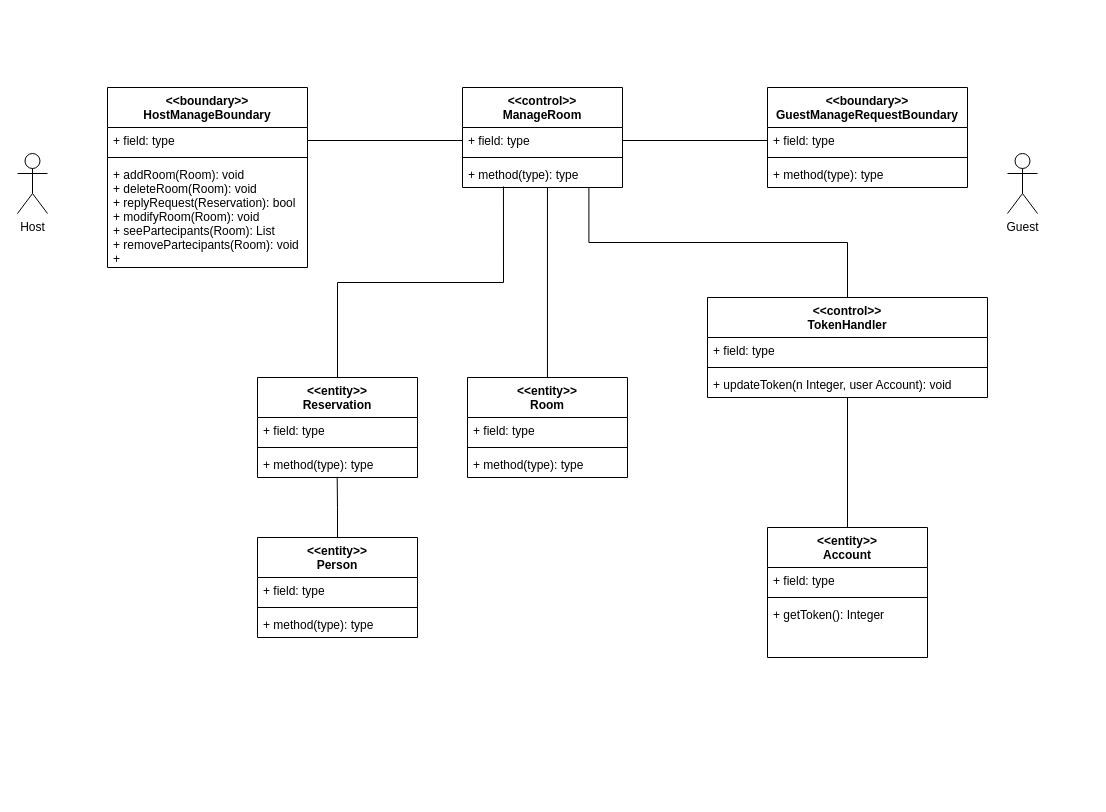
Earlier version of the draw.io diagram Docs/VoPC/VoPC ManageRoom.drawio (nic-agos/DoveStudi). Source tidied: cells renumbered, new cells numbered last; positions are measured from the earlier drawing's top-left corner, leaving out a move shared by most shapes. Both pictures are drawn from the tidied source at 100%, with x=0, y=0 at pixel (17, 87).
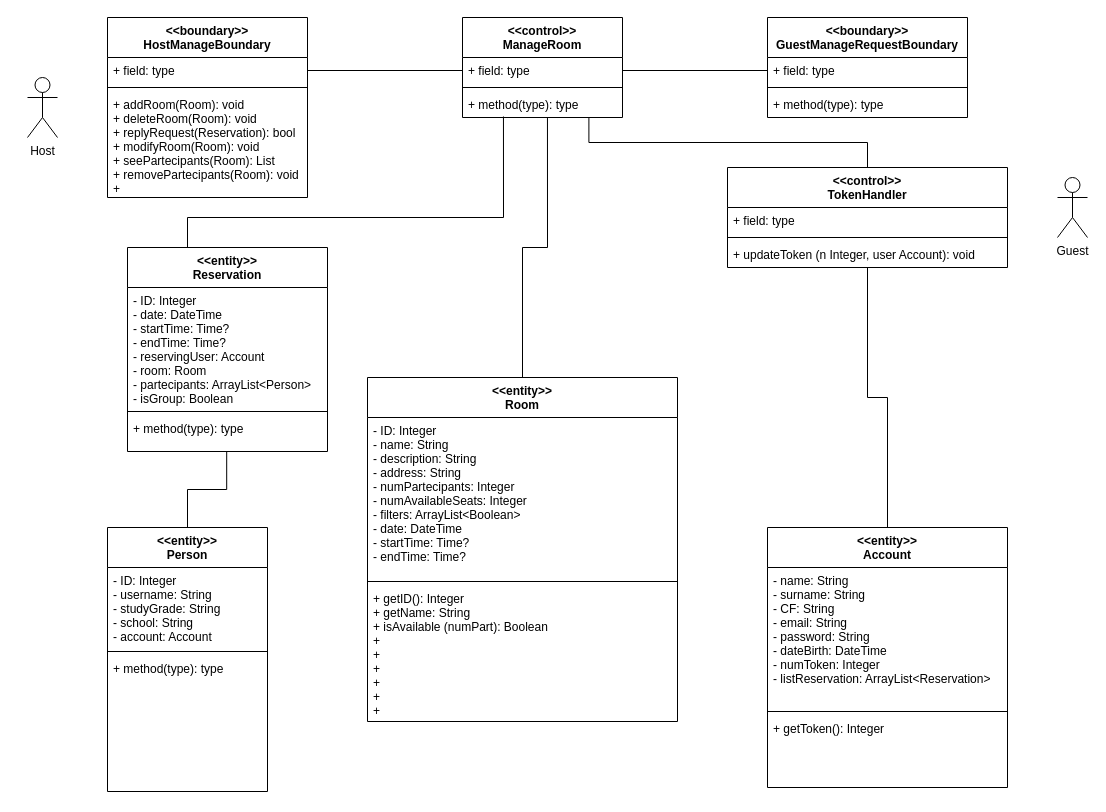
After the change.

The change refers to these unchanged cells:
```xml
<mxCell id="5" value="+ method(type): type" style="text;strokeColor=none;fillColor=none;align=left;verticalAlign=top;spacingLeft=4;spacingRight=4;overflow=hidden;points=[[0,0.5],[1,0.5]];portConstraint=eastwest;" parent="2" vertex="1">
  <mxGeometry y="74" width="160" height="26" as="geometry" />
</mxCell>
```

What changed in the source:
```diff
@@
     <mxCell id="2" value="&lt;&lt;control&gt;&gt;&#10;ManageRoom" style="swimlane;fontStyle=1;align=center;verticalAlign=top;horizontal=1;startSize=40;" parent="1" vertex="1">
-      <mxGeometry x="445" width="160" height="100" as="geometry" />
+      <mxGeometry x="445" y="-70" width="160" height="100" as="geometry" />
     </mxCell>
@@
     <mxCell id="6" value="&lt;&lt;boundary&gt;&gt;&#10;HostManageBoundary" style="swimlane;fontStyle=1;align=center;verticalAlign=top;horizontal=1;startSize=40;" parent="1" vertex="1">
-      <mxGeometry x="90" width="200" height="180" as="geometry" />
+      <mxGeometry x="90" y="-70" width="200" height="180" as="geometry" />
     </mxCell>
@@
     <mxCell id="10" value="Host" style="shape=umlActor;verticalLabelPosition=bottom;verticalAlign=top;html=1;" parent="1" vertex="1">
-      <mxGeometry y="66" width="30" height="60" as="geometry" />
+      <mxGeometry x="10" y="-10" width="30" height="60" as="geometry" />
     </mxCell>
-    <mxCell id="11" style="edgeStyle=orthogonalEdgeStyle;rounded=0;jettySize=auto;html=1;entryX=0.498;entryY=0.976;entryDx=0;entryDy=0;entryPerimeter=0;endArrow=none;endFill=0;" parent="1" edge="1" source="12" target="20">
+    <mxCell id="11" style="edgeStyle=orthogonalEdgeStyle;rounded=0;jettySize=auto;html=1;exitX=0.5;exitY=0;exitDx=0;exitDy=0;entryX=0.496;entryY=1;entryDx=0;entryDy=0;entryPerimeter=0;endArrow=none;endFill=0;" parent="1" edge="1" source="12" target="20">
       <mxGeometry relative="1" as="geometry" />
     </mxCell>
     <mxCell id="12" value="&lt;&lt;entity&gt;&gt;&#10;Person" style="swimlane;fontStyle=1;align=center;verticalAlign=top;horizontal=1;startSize=40;" parent="1" vertex="1">
-      <mxGeometry x="240" y="450" width="160" height="100" as="geometry" />
+      <mxGeometry x="90" y="440" width="160" height="264" as="geometry" />
     </mxCell>
-    <mxCell id="13" value="+ field: type" style="text;strokeColor=none;fillColor=none;align=left;verticalAlign=top;spacingLeft=4;spacingRight=4;overflow=hidden;" parent="12" vertex="1">
-      <mxGeometry y="40" width="160" height="26" as="geometry" />
+    <mxCell id="13" value="- ID: Integer&#10;- username: String&#10;- studyGrade: String&#10;- school: String&#10;- account: Account" style="text;strokeColor=none;fillColor=none;align=left;verticalAlign=top;spacingLeft=4;spacingRight=4;overflow=hidden;" parent="12" vertex="1">
+      <mxGeometry y="40" width="160" height="80" as="geometry" />
     </mxCell>
     <mxCell id="14" style="line;strokeWidth=1;fillColor=none;align=left;verticalAlign=middle;spacingTop=-1;spacingLeft=3;spacingRight=3;labelPosition=right;" parent="12" vertex="1">
-      <mxGeometry y="66" width="160" height="8" as="geometry" />
+      <mxGeometry y="120" width="160" height="8" as="geometry" />
     </mxCell>
     <mxCell id="15" value="+ method(type): type" style="text;strokeColor=none;fillColor=none;align=left;verticalAlign=top;spacingLeft=4;spacingRight=4;overflow=hidden;" parent="12" vertex="1">
-      <mxGeometry y="74" width="160" height="26" as="geometry" />
+      <mxGeometry y="128" width="160" height="136" as="geometry" />
     </mxCell>
     <mxCell id="16" style="edgeStyle=orthogonalEdgeStyle;rounded=0;jettySize=auto;html=1;entryX=0.256;entryY=0.962;entryDx=0;entryDy=0;entryPerimeter=0;endArrow=none;endFill=0;" parent="1" edge="1" source="17" target="5">
-      <mxGeometry relative="1" as="geometry" />
+      <mxGeometry relative="1" as="geometry">
+        <Array as="points">
+          <mxPoint x="170" y="130" />
+          <mxPoint x="486" y="130" />
+        </Array>
+      </mxGeometry>
     </mxCell>
     <mxCell id="17" value="&lt;&lt;entity&gt;&gt;&#10;Reservation" style="swimlane;fontStyle=1;align=center;verticalAlign=top;horizontal=1;startSize=40;" parent="1" vertex="1">
-      <mxGeometry x="240" y="290" width="160" height="100" as="geometry" />
+      <mxGeometry x="110" y="160" width="200" height="204" as="geometry" />
     </mxCell>
-    <mxCell id="18" value="+ field: type" style="text;strokeColor=none;fillColor=none;align=left;verticalAlign=top;spacingLeft=4;spacingRight=4;overflow=hidden;" parent="17" vertex="1">
-      <mxGeometry y="40" width="160" height="26" as="geometry" />
+    <mxCell id="18" value="- ID: Integer&#10;- date: DateTime&#10;- startTime: Time?&#10;- endTime: Time?&#10;- reservingUser: Account&#10;- room: Room&#10;- partecipants: ArrayList&lt;Person&gt;&#10;- isGroup: Boolean" style="text;strokeColor=none;fillColor=none;align=left;verticalAlign=top;spacingLeft=4;spacingRight=4;overflow=hidden;" parent="17" vertex="1">
+      <mxGeometry y="40" width="200" height="120" as="geometry" />
     </mxCell>
     <mxCell id="19" style="line;strokeWidth=1;fillColor=none;align=left;verticalAlign=middle;spacingTop=-1;spacingLeft=3;spacingRight=3;labelPosition=right;" parent="17" vertex="1">
-      <mxGeometry y="66" width="160" height="8" as="geometry" />
+      <mxGeometry y="160" width="200" height="8" as="geometry" />
     </mxCell>
     <mxCell id="20" value="+ method(type): type" style="text;strokeColor=none;fillColor=none;align=left;verticalAlign=top;spacingLeft=4;spacingRight=4;overflow=hidden;points=[[0,0.5],[1,0.5]];portConstraint=eastwest;" parent="17" vertex="1">
-      <mxGeometry y="74" width="160" height="26" as="geometry" />
+      <mxGeometry y="168" width="200" height="36" as="geometry" />
     </mxCell>
@@
     <mxCell id="22" value="&lt;&lt;boundary&gt;&gt;&#10;GuestManageRequestBoundary" style="swimlane;fontStyle=1;align=center;verticalAlign=top;horizontal=1;startSize=40;" parent="1" vertex="1">
-      <mxGeometry x="750" width="200" height="100" as="geometry" />
+      <mxGeometry x="750" y="-70" width="200" height="100" as="geometry" />
     </mxCell>
@@
     <mxCell id="27" value="Guest" style="shape=umlActor;verticalLabelPosition=bottom;verticalAlign=top;html=1;" parent="1" vertex="1">
-      <mxGeometry x="990" y="66" width="30" height="60" as="geometry" />
+      <mxGeometry x="1040" y="90" width="30" height="60" as="geometry" />
     </mxCell>
@@
     <mxCell id="29" value="&lt;&lt;control&gt;&gt;&#10;TokenHandler" style="swimlane;fontStyle=1;align=center;verticalAlign=top;horizontal=1;startSize=40;" parent="1" vertex="1">
-      <mxGeometry x="690" y="210" width="280" height="100" as="geometry" />
+      <mxGeometry x="710" y="80" width="280" height="100" as="geometry" />
     </mxCell>
@@
-    <mxCell id="32" value="+ updateToken(n Integer, user Account): void&#10;" style="text;strokeColor=none;fillColor=none;align=left;verticalAlign=top;spacingLeft=4;spacingRight=4;overflow=hidden;points=[[0,0.5],[1,0.5]];portConstraint=eastwest;" parent="29" vertex="1">
+    <mxCell id="32" value="+ updateToken (n Integer, user Account): void&#10;" style="text;strokeColor=none;fillColor=none;align=left;verticalAlign=top;spacingLeft=4;spacingRight=4;overflow=hidden;points=[[0,0.5],[1,0.5]];portConstraint=eastwest;" parent="29" vertex="1">
       <mxGeometry y="74" width="280" height="26" as="geometry" />
     </mxCell>
@@
     <mxCell id="34" value="&lt;&lt;entity&gt;&gt;&#10;Room" style="swimlane;fontStyle=1;align=center;verticalAlign=top;horizontal=1;startSize=40;" parent="1" vertex="1">
-      <mxGeometry x="450" y="290" width="160" height="100" as="geometry" />
+      <mxGeometry x="350" y="290" width="310" height="344" as="geometry" />
     </mxCell>
-    <mxCell id="35" value="+ field: type" style="text;strokeColor=none;fillColor=none;align=left;verticalAlign=top;spacingLeft=4;spacingRight=4;overflow=hidden;" parent="34" vertex="1">
-      <mxGeometry y="40" width="160" height="26" as="geometry" />
+    <mxCell id="35" value="- ID: Integer&#10;- name: String&#10;- description: String&#10;- address: String&#10;- numPartecipants: Integer&#10;- numAvailableSeats: Integer&#10;- filters: ArrayList&lt;Boolean&gt;&#10;- date: DateTime&#10;- startTime: Time?&#10;- endTime: Time?" style="text;strokeColor=none;fillColor=none;align=left;verticalAlign=top;spacingLeft=4;spacingRight=4;overflow=hidden;" parent="34" vertex="1">
+      <mxGeometry y="40" width="310" height="160" as="geometry" />
     </mxCell>
     <mxCell id="36" style="line;strokeWidth=1;fillColor=none;align=left;verticalAlign=middle;spacingTop=-1;spacingLeft=3;spacingRight=3;labelPosition=right;" parent="34" vertex="1">
-      <mxGeometry y="66" width="160" height="8" as="geometry" />
+      <mxGeometry y="200" width="310" height="8" as="geometry" />
     </mxCell>
-    <mxCell id="37" value="+ method(type): type" style="text;strokeColor=none;fillColor=none;align=left;verticalAlign=top;spacingLeft=4;spacingRight=4;overflow=hidden;" parent="34" vertex="1">
-      <mxGeometry y="74" width="160" height="26" as="geometry" />
+    <mxCell id="37" value="+ getID(): Integer&#10;+ getName: String&#10;+ isAvailable (numPart): Boolean&#10;+&#10;+&#10;+&#10;+&#10;+&#10;+" style="text;strokeColor=none;fillColor=none;align=left;verticalAlign=top;spacingLeft=4;spacingRight=4;overflow=hidden;" parent="34" vertex="1">
+      <mxGeometry y="208" width="310" height="136" as="geometry" />
     </mxCell>
@@
     <mxCell id="39" value="&lt;&lt;entity&gt;&gt;&#10;Account" style="swimlane;fontStyle=1;align=center;verticalAlign=top;horizontal=1;startSize=40;" parent="1" vertex="1">
-      <mxGeometry x="750" y="440" width="160" height="130" as="geometry" />
+      <mxGeometry x="750" y="440" width="240" height="260" as="geometry" />
     </mxCell>
-    <mxCell id="40" value="+ field: type" style="text;strokeColor=none;fillColor=none;align=left;verticalAlign=top;spacingLeft=4;spacingRight=4;overflow=hidden;" parent="39" vertex="1">
-      <mxGeometry y="40" width="160" height="26" as="geometry" />
+    <mxCell id="40" value="- name: String&#10;- surname: String&#10;- CF: String&#10;- email: String&#10;- password: String&#10;- dateBirth: DateTime&#10;- numToken: Integer&#10;- listReservation: ArrayList&lt;Reservation&gt;" style="text;strokeColor=none;fillColor=none;align=left;verticalAlign=top;spacingLeft=4;spacingRight=4;overflow=hidden;" parent="39" vertex="1">
+      <mxGeometry y="40" width="240" height="140" as="geometry" />
     </mxCell>
     <mxCell id="41" style="line;strokeWidth=1;fillColor=none;align=left;verticalAlign=middle;spacingTop=-1;spacingLeft=3;spacingRight=3;labelPosition=right;" parent="39" vertex="1">
-      <mxGeometry y="66" width="160" height="8" as="geometry" />
+      <mxGeometry y="180" width="240" height="8" as="geometry" />
     </mxCell>
     <mxCell id="42" value="+ getToken(): Integer" style="text;strokeColor=none;fillColor=none;align=left;verticalAlign=top;spacingLeft=4;spacingRight=4;overflow=hidden;" parent="39" vertex="1">
-      <mxGeometry y="74" width="160" height="56" as="geometry" />
+      <mxGeometry y="188" width="240" height="72" as="geometry" />
     </mxCell>
```
